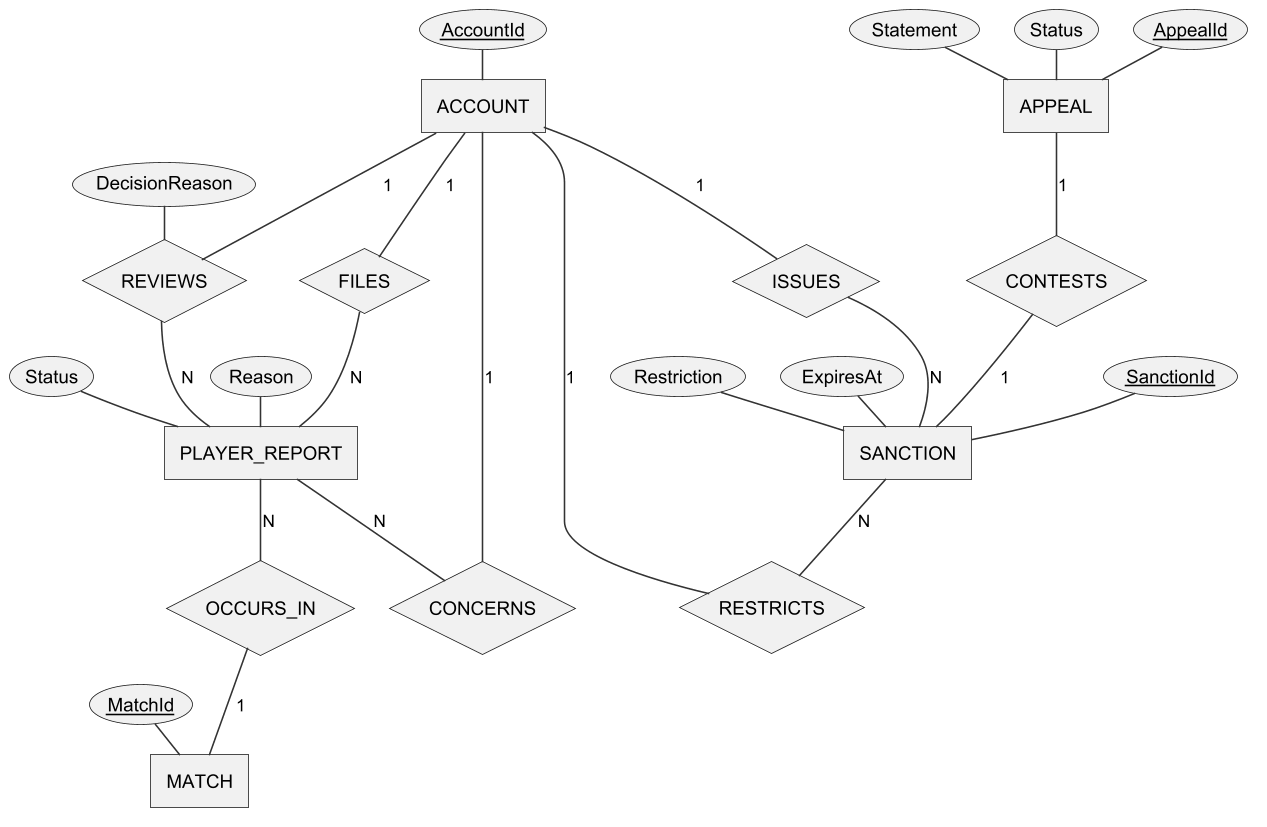
Earlier version of the PlantUML export Doc/Project_report/Report/diagrams/png/r3_cerd_moderation.png (Tad-Min/PickleVerse).
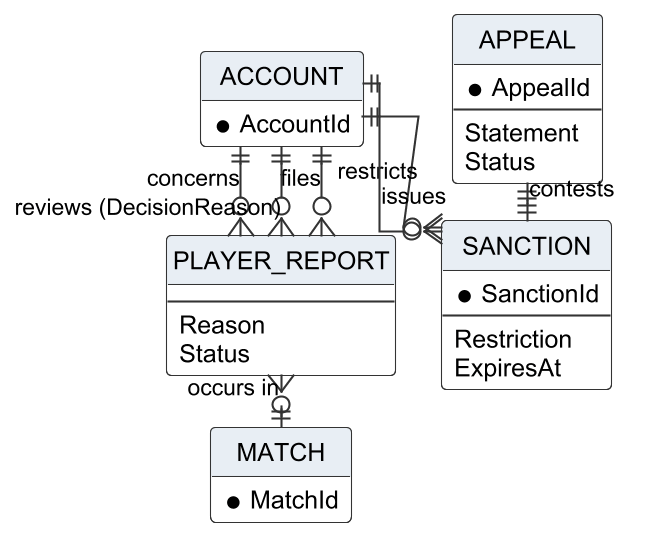
Above is the later version.

The edit, as a diff of the source:
```diff
@@ -1,54 +1,38 @@
-@startchen r3_cerd_moderation
+@startuml r3_cerd_moderation
 !include _style.iuml
+hide circle
+hide empty members
+skinparam linetype ortho
 skinparam ranksep 18
 skinparam nodesep 22
-entity ACCOUNT {
-  AccountId <<key>>
+entity "ACCOUNT" as ACCOUNT {
+  * AccountId
 }
-entity MATCH {
-  MatchId <<key>>
+entity "MATCH" as MATCH {
+  * MatchId
 }
-entity PLAYER_REPORT {
+entity "PLAYER_REPORT" as PLAYER_REPORT {
+  --
   Reason
   Status
 }
-entity SANCTION {
-  SanctionId <<key>>
+entity "SANCTION" as SANCTION {
+  * SanctionId
+  --
   Restriction
   ExpiresAt
 }
-entity APPEAL {
-  AppealId <<key>>
+entity "APPEAL" as APPEAL {
+  * AppealId
+  --
   Statement
   Status
 }
-relationship FILES {
-}
-relationship CONCERNS {
-}
-relationship OCCURS_IN {
-}
-relationship RESTRICTS {
-}
-relationship CONTESTS {
-}
-relationship REVIEWS {
-  DecisionReason
-}
-relationship ISSUES {
-}
-ACCOUNT -1- FILES
-FILES -N- PLAYER_REPORT
-PLAYER_REPORT -N- CONCERNS
-CONCERNS -1- ACCOUNT
-PLAYER_REPORT -N- OCCURS_IN
-OCCURS_IN -1- MATCH
-SANCTION -N- RESTRICTS
-RESTRICTS -1- ACCOUNT
-APPEAL -1- CONTESTS
-CONTESTS -1- SANCTION
-ACCOUNT -1- REVIEWS
-REVIEWS -N- PLAYER_REPORT
-ACCOUNT -1- ISSUES
-ISSUES -N- SANCTION
-@endchen
+ACCOUNT ||--o{ PLAYER_REPORT : "files"
+PLAYER_REPORT }o--|| ACCOUNT : "concerns"
+PLAYER_REPORT }o--|| MATCH : "occurs in"
+SANCTION }o--|| ACCOUNT : "restricts"
+APPEAL ||--|| SANCTION : "contests"
+ACCOUNT ||--o{ PLAYER_REPORT : "reviews (DecisionReason)"
+ACCOUNT ||--o{ SANCTION : "issues"
+@enduml
```
